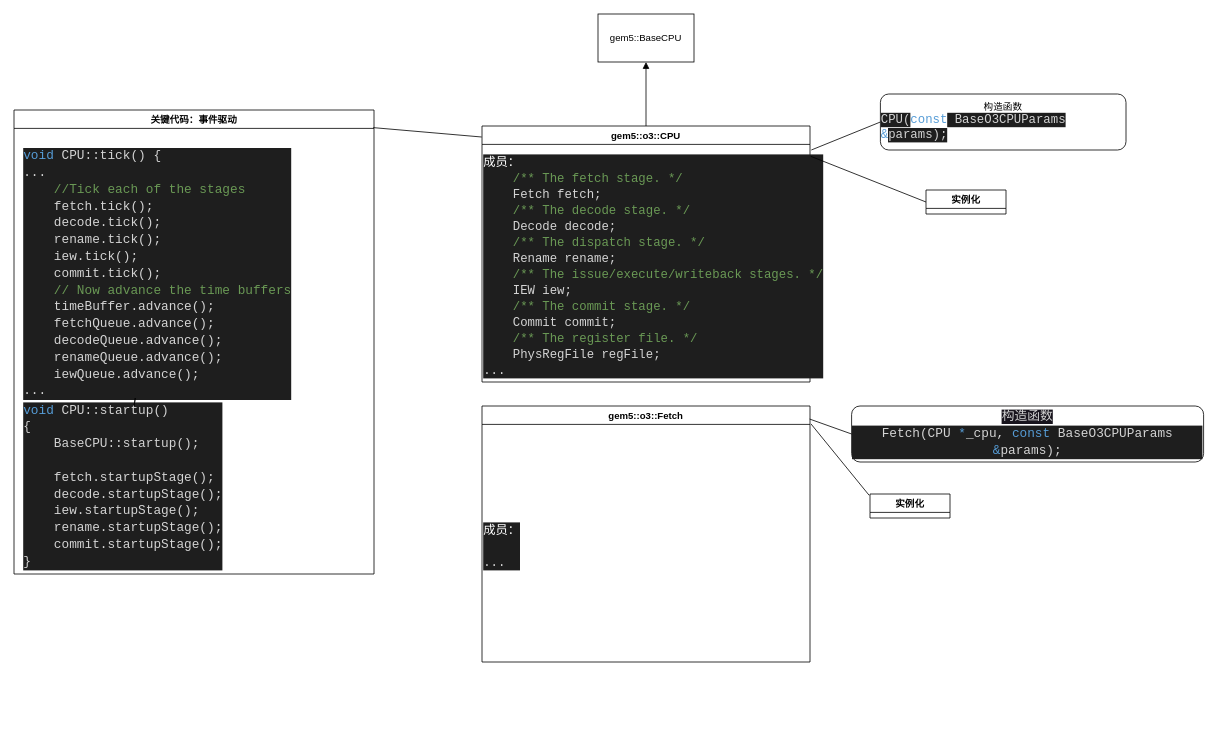
The draw.io diagram page "第 1 页" (1 of 2) of learningNote/note.drawio in matchchen/gem5, before the edit. Source tidied: cells renumbered, new cells numbered last; positions are measured from the earlier drawing's top-left corner, leaving out a move shared by most shapes. Both pictures are drawn from the tidied source at 80%, with x=0, y=0 at pixel (14, 14).
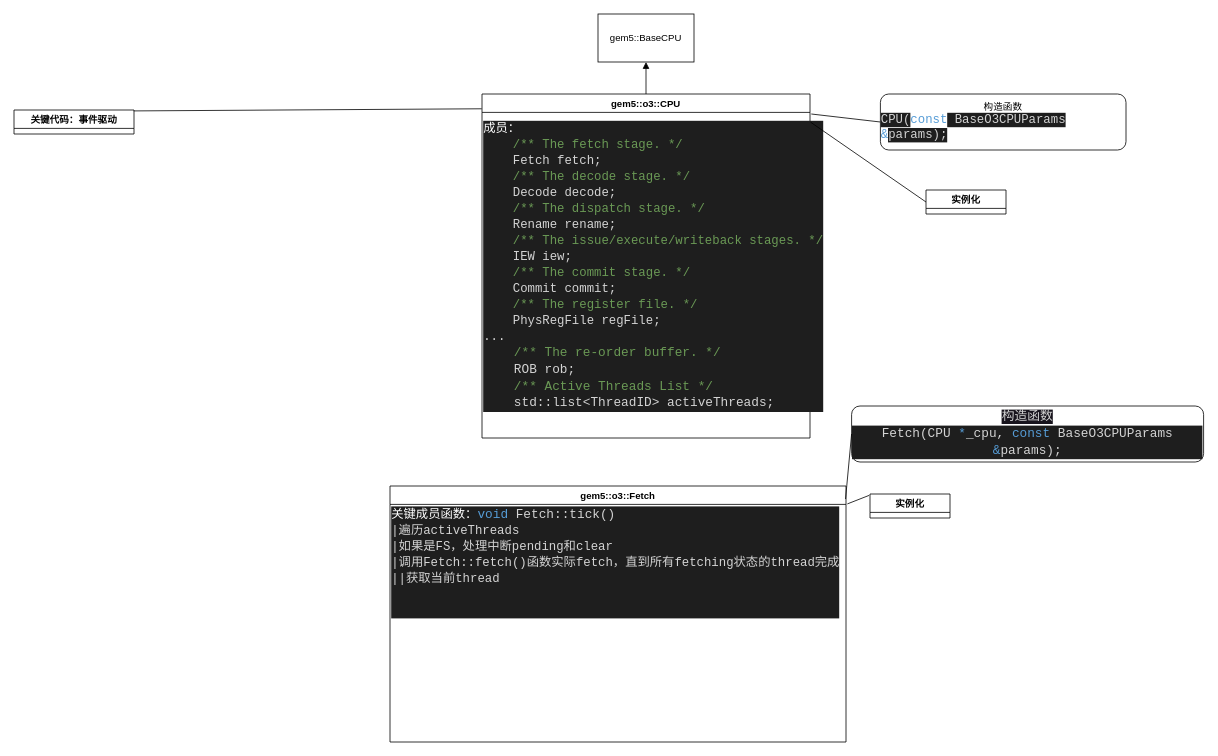
Above is the later version.

The edit, as a diff of the source:
```diff
@@
     <mxCell id="6" value="gem5::o3::CPU" style="swimlane;startSize=23;" parent="1" vertex="1">
-      <mxGeometry x="585" y="140" width="410" height="320" as="geometry" />
+      <mxGeometry x="585" y="100" width="410" height="430" as="geometry" />
     </mxCell>
-    <mxCell id="7" value="&lt;div style=&quot;background-color: rgb(30, 30, 30); font-family: Consolas, &amp;quot;Courier New&amp;quot;, monospace; font-size: 15.4px; line-height: 20px;&quot;&gt;&lt;div style=&quot;&quot;&gt;&lt;font color=&quot;#ffffff&quot;&gt;成员：&lt;/font&gt;&lt;/div&gt;&lt;div style=&quot;color: rgb(212, 212, 212);&quot;&gt;&lt;span style=&quot;color: #6a9955;&quot;&gt;&amp;nbsp; &amp;nbsp; /** The fetch stage. */&lt;/span&gt;&lt;/div&gt;&lt;div style=&quot;color: rgb(212, 212, 212);&quot;&gt;&amp;nbsp; &amp;nbsp; Fetch fetch;&lt;/div&gt;&lt;div style=&quot;color: rgb(212, 212, 212);&quot;&gt;&lt;span style=&quot;color: #6a9955;&quot;&gt;&amp;nbsp; &amp;nbsp; /** The decode stage. */&lt;/span&gt;&lt;/div&gt;&lt;div style=&quot;color: rgb(212, 212, 212);&quot;&gt;&amp;nbsp; &amp;nbsp; Decode decode;&lt;/div&gt;&lt;div style=&quot;color: rgb(212, 212, 212);&quot;&gt;&lt;span style=&quot;color: #6a9955;&quot;&gt;&amp;nbsp; &amp;nbsp; /** The dispatch stage. */&lt;/span&gt;&lt;/div&gt;&lt;div style=&quot;color: rgb(212, 212, 212);&quot;&gt;&amp;nbsp; &amp;nbsp; Rename rename;&lt;/div&gt;&lt;div style=&quot;color: rgb(212, 212, 212);&quot;&gt;&lt;span style=&quot;color: #6a9955;&quot;&gt;&amp;nbsp; &amp;nbsp; /** The issue/execute/writeback stages. */&lt;/span&gt;&lt;/div&gt;&lt;div style=&quot;color: rgb(212, 212, 212);&quot;&gt;&amp;nbsp; &amp;nbsp; IEW iew;&lt;/div&gt;&lt;div style=&quot;color: rgb(212, 212, 212);&quot;&gt;&lt;span style=&quot;color: #6a9955;&quot;&gt;&amp;nbsp; &amp;nbsp; /** The commit stage. */&lt;/span&gt;&lt;/div&gt;&lt;div style=&quot;color: rgb(212, 212, 212);&quot;&gt;&amp;nbsp; &amp;nbsp; Commit commit;&lt;/div&gt;&lt;div style=&quot;color: rgb(212, 212, 212);&quot;&gt;&lt;span style=&quot;color: #6a9955;&quot;&gt;&amp;nbsp; &amp;nbsp; /** The register file. */&lt;/span&gt;&lt;/div&gt;&lt;div style=&quot;color: rgb(212, 212, 212);&quot;&gt;&amp;nbsp; &amp;nbsp; PhysRegFile regFile;&lt;/div&gt;&lt;div style=&quot;color: rgb(212, 212, 212);&quot;&gt;...&lt;/div&gt;&lt;/div&gt;" style="text;html=1;align=left;verticalAlign=middle;points=[];strokeColor=none;fillColor=none;" parent="6" vertex="1">
-      <mxGeometry y="30" width="410" height="290" as="geometry" />
+    <mxCell id="7" value="&lt;div style=&quot;background-color: rgb(30, 30, 30); font-family: Consolas, &amp;quot;Courier New&amp;quot;, monospace; font-size: 15.4px; line-height: 20px;&quot;&gt;&lt;div style=&quot;&quot;&gt;&lt;font color=&quot;#ffffff&quot;&gt;成员：&lt;/font&gt;&lt;/div&gt;&lt;div style=&quot;color: rgb(212, 212, 212);&quot;&gt;&lt;span style=&quot;color: #6a9955;&quot;&gt;&amp;nbsp; &amp;nbsp; /** The fetch stage. */&lt;/span&gt;&lt;/div&gt;&lt;div style=&quot;color: rgb(212, 212, 212);&quot;&gt;&amp;nbsp; &amp;nbsp; Fetch fetch;&lt;/div&gt;&lt;div style=&quot;color: rgb(212, 212, 212);&quot;&gt;&lt;span style=&quot;color: #6a9955;&quot;&gt;&amp;nbsp; &amp;nbsp; /** The decode stage. */&lt;/span&gt;&lt;/div&gt;&lt;div style=&quot;color: rgb(212, 212, 212);&quot;&gt;&amp;nbsp; &amp;nbsp; Decode decode;&lt;/div&gt;&lt;div style=&quot;color: rgb(212, 212, 212);&quot;&gt;&lt;span style=&quot;color: #6a9955;&quot;&gt;&amp;nbsp; &amp;nbsp; /** The dispatch stage. */&lt;/span&gt;&lt;/div&gt;&lt;div style=&quot;color: rgb(212, 212, 212);&quot;&gt;&amp;nbsp; &amp;nbsp; Rename rename;&lt;/div&gt;&lt;div style=&quot;color: rgb(212, 212, 212);&quot;&gt;&lt;span style=&quot;color: #6a9955;&quot;&gt;&amp;nbsp; &amp;nbsp; /** The issue/execute/writeback stages. */&lt;/span&gt;&lt;/div&gt;&lt;div style=&quot;color: rgb(212, 212, 212);&quot;&gt;&amp;nbsp; &amp;nbsp; IEW iew;&lt;/div&gt;&lt;div style=&quot;color: rgb(212, 212, 212);&quot;&gt;&lt;span style=&quot;color: #6a9955;&quot;&gt;&amp;nbsp; &amp;nbsp; /** The commit stage. */&lt;/span&gt;&lt;/div&gt;&lt;div style=&quot;color: rgb(212, 212, 212);&quot;&gt;&amp;nbsp; &amp;nbsp; Commit commit;&lt;/div&gt;&lt;div style=&quot;color: rgb(212, 212, 212);&quot;&gt;&lt;span style=&quot;color: #6a9955;&quot;&gt;&amp;nbsp; &amp;nbsp; /** The register file. */&lt;/span&gt;&lt;/div&gt;&lt;div style=&quot;color: rgb(212, 212, 212);&quot;&gt;&amp;nbsp; &amp;nbsp; PhysRegFile regFile;&lt;/div&gt;&lt;div style=&quot;color: rgb(212, 212, 212);&quot;&gt;...&lt;/div&gt;&lt;div style=&quot;color: rgb(212, 212, 212);&quot;&gt;&lt;div style=&quot;font-size: 15.96px; line-height: 21px;&quot;&gt;&lt;div&gt;&lt;span style=&quot;color: #6a9955;&quot;&gt;&amp;nbsp; &amp;nbsp; /** The re-order buffer. */&lt;/span&gt;&lt;/div&gt;&lt;div&gt;&amp;nbsp; &amp;nbsp; ROB rob;&lt;/div&gt;&lt;div&gt;&lt;span style=&quot;color: #6a9955;&quot;&gt;&amp;nbsp; &amp;nbsp; /** Active Threads List */&lt;/span&gt;&lt;/div&gt;&lt;div&gt;&amp;nbsp; &amp;nbsp; std::list&amp;lt;ThreadID&amp;gt; activeThreads;&lt;/div&gt;&lt;/div&gt;&lt;/div&gt;&lt;/div&gt;" style="text;html=1;align=left;verticalAlign=middle;points=[];strokeColor=none;fillColor=none;" parent="6" vertex="1">
+      <mxGeometry y="25" width="410" height="380" as="geometry" />
     </mxCell>
@@
     <mxCell id="11" value="gem5::o3::Fetch" style="swimlane;startSize=23;" parent="1" vertex="1">
-      <mxGeometry x="585" y="490" width="410" height="320" as="geometry" />
+      <mxGeometry x="470" y="590" width="570" height="320" as="geometry" />
     </mxCell>
-    <mxCell id="12" value="&lt;div style=&quot;background-color: rgb(30, 30, 30); font-family: Consolas, &amp;quot;Courier New&amp;quot;, monospace; font-size: 15.4px; line-height: 20px;&quot;&gt;&lt;div style=&quot;&quot;&gt;&lt;font color=&quot;#ffffff&quot;&gt;成员：&lt;/font&gt;&lt;/div&gt;&lt;div style=&quot;color: rgb(212, 212, 212);&quot;&gt;&lt;br&gt;&lt;/div&gt;&lt;div style=&quot;color: rgb(212, 212, 212);&quot;&gt;...&lt;/div&gt;&lt;/div&gt;" style="text;html=1;align=left;verticalAlign=middle;strokeColor=none;fillColor=none;" parent="11" vertex="1">
-      <mxGeometry y="140" width="70" height="70" as="geometry" />
+    <mxCell id="12" value="&lt;div style=&quot;background-color: rgb(30, 30, 30); font-family: Consolas, &amp;quot;Courier New&amp;quot;, monospace; font-size: 15.4px; line-height: 20px;&quot;&gt;&lt;div style=&quot;&quot;&gt;&lt;font color=&quot;#ffffff&quot;&gt;关键成员函数：&lt;/font&gt;&lt;span style=&quot;color: rgb(86, 156, 214); font-size: 15.96px;&quot;&gt;void&amp;nbsp;&lt;/span&gt;&lt;span style=&quot;color: rgb(212, 212, 212); font-size: 15.96px;&quot;&gt;Fetch::tick()&lt;/span&gt;&lt;/div&gt;&lt;div style=&quot;color: rgb(212, 212, 212);&quot;&gt;|遍历activeThreads&lt;br&gt;|如果是FS，处理中断pending和clear&lt;/div&gt;&lt;div style=&quot;color: rgb(212, 212, 212);&quot;&gt;|调用Fetch::fetch()函数实际fetch，直到所有fetching状态的thread完成&lt;/div&gt;&lt;div style=&quot;color: rgb(212, 212, 212);&quot;&gt;||获取当前thread&lt;/div&gt;&lt;div style=&quot;color: rgb(212, 212, 212);&quot;&gt;&lt;br&gt;&lt;/div&gt;&lt;div style=&quot;color: rgb(212, 212, 212);&quot;&gt;&lt;br&gt;&lt;/div&gt;&lt;/div&gt;" style="text;html=1;align=left;verticalAlign=middle;strokeColor=none;fillColor=none;" parent="11" vertex="1">
+      <mxGeometry y="20" width="570" height="150" as="geometry" />
     </mxCell>
@@
-    <mxCell id="17" value="关键代码：事件驱动" style="swimlane;startSize=23;" parent="1" vertex="1">
-      <mxGeometry y="120" width="450" height="580" as="geometry" />
+    <mxCell id="17" value="关键代码：事件驱动" style="swimlane;startSize=23;" parent="1" vertex="1" collapsed="1">
+      <mxGeometry y="120" width="150" height="30" as="geometry" />
     </mxCell>
-    <mxCell id="18" value="&lt;div style=&quot;background-color: rgb(30, 30, 30); line-height: 20px;&quot;&gt;&lt;div style=&quot;background-color: rgb(42, 37, 47);&quot;&gt;&lt;div style=&quot;background-color: rgb(30, 30, 30); line-height: 20px;&quot;&gt;&lt;div style=&quot;color: rgb(212, 212, 212); font-size: 15.4px;&quot;&gt;&lt;div style=&quot;font-family: Consolas, &amp;quot;Courier New&amp;quot;, monospace; font-size: 15.96px; line-height: 21px;&quot;&gt;&lt;div&gt;&lt;span style=&quot;color: #569cd6;&quot;&gt;void&amp;nbsp;&lt;/span&gt;CPU::tick() {&lt;/div&gt;&lt;div&gt;...&lt;br&gt;&lt;div style=&quot;font-size: 15.96px; line-height: 21px;&quot;&gt;&lt;div&gt;&lt;span style=&quot;color: #6a9955;&quot;&gt;&amp;nbsp; &amp;nbsp; //Tick each of the stages&lt;/span&gt;&lt;/div&gt;&lt;div&gt;&amp;nbsp; &amp;nbsp; fetch.tick();&lt;/div&gt;&lt;div&gt;&amp;nbsp; &amp;nbsp; decode.tick();&lt;/div&gt;&lt;div&gt;&amp;nbsp; &amp;nbsp; rename.tick();&lt;/div&gt;&lt;div&gt;&amp;nbsp; &amp;nbsp; iew.tick();&lt;/div&gt;&lt;div&gt;&amp;nbsp; &amp;nbsp; commit.tick();&lt;/div&gt;&lt;div&gt;&lt;span style=&quot;color: #6a9955;&quot;&gt;&amp;nbsp; &amp;nbsp; // Now advance the time buffers&lt;/span&gt;&lt;/div&gt;&lt;div&gt;&amp;nbsp; &amp;nbsp; timeBuffer.advance();&lt;/div&gt;&lt;div&gt;&amp;nbsp; &amp;nbsp; fetchQueue.advance();&lt;/div&gt;&lt;div&gt;&amp;nbsp; &amp;nbsp; decodeQueue.advance();&lt;/div&gt;&lt;div&gt;&amp;nbsp; &amp;nbsp; renameQueue.advance();&lt;/div&gt;&lt;div&gt;&amp;nbsp; &amp;nbsp; iewQueue.advance();&lt;/div&gt;&lt;/div&gt;&lt;/div&gt;&lt;div&gt;...&lt;/div&gt;&lt;/div&gt;&lt;/div&gt;&lt;/div&gt;&lt;/div&gt;&lt;/div&gt;" style="text;html=1;align=left;verticalAlign=middle;points=[];strokeColor=none;fillColor=none;" parent="17" vertex="1">
-      <mxGeometry x="10" y="40" width="330" height="330" as="geometry" />
-    </mxCell>
-    <mxCell id="19" value="&lt;div style=&quot;background-color: rgb(30, 30, 30); line-height: 20px;&quot;&gt;&lt;div style=&quot;background-color: rgb(42, 37, 47);&quot;&gt;&lt;div style=&quot;background-color: rgb(30, 30, 30); line-height: 20px;&quot;&gt;&lt;div style=&quot;color: rgb(212, 212, 212); font-size: 15.4px;&quot;&gt;&lt;div style=&quot;font-family: Consolas, &amp;quot;Courier New&amp;quot;, monospace; font-size: 15.96px; line-height: 21px;&quot;&gt;&lt;div&gt;&lt;div style=&quot;font-size: 15.96px; line-height: 21px;&quot;&gt;&lt;div&gt;&lt;span style=&quot;color: #569cd6;&quot;&gt;void&amp;nbsp;&lt;/span&gt;CPU::startup()&lt;/div&gt;&lt;div&gt;{&lt;/div&gt;&lt;div&gt;&amp;nbsp; &amp;nbsp; BaseCPU::startup();&lt;/div&gt;&lt;br&gt;&lt;div&gt;&amp;nbsp; &amp;nbsp; fetch.startupStage();&lt;/div&gt;&lt;div&gt;&amp;nbsp; &amp;nbsp; decode.startupStage();&lt;/div&gt;&lt;div&gt;&amp;nbsp; &amp;nbsp; iew.startupStage();&lt;/div&gt;&lt;div&gt;&amp;nbsp; &amp;nbsp; rename.startupStage();&lt;/div&gt;&lt;div&gt;&amp;nbsp; &amp;nbsp; commit.startupStage();&lt;/div&gt;&lt;div&gt;}&lt;/div&gt;&lt;/div&gt;&lt;/div&gt;&lt;/div&gt;&lt;/div&gt;&lt;/div&gt;&lt;/div&gt;&lt;/div&gt;" style="text;html=1;align=left;verticalAlign=middle;points=[];strokeColor=none;fillColor=none;" parent="17" vertex="1">
-      <mxGeometry x="10" y="360" width="250" height="220" as="geometry" />
-    </mxCell>
-    <mxCell id="20" style="edgeStyle=none;html=1;fontColor=#FFFFFF;endArrow=none;endFill=0;" parent="17" edge="1" source="18" target="19">
-      <mxGeometry relative="1" as="geometry" />
-    </mxCell>
-    <mxCell id="21" style="edgeStyle=none;html=1;fontColor=#FFFFFF;endArrow=none;endFill=0;" parent="17" edge="1" source="18" target="19">
-      <mxGeometry relative="1" as="geometry" />
-    </mxCell>
```
